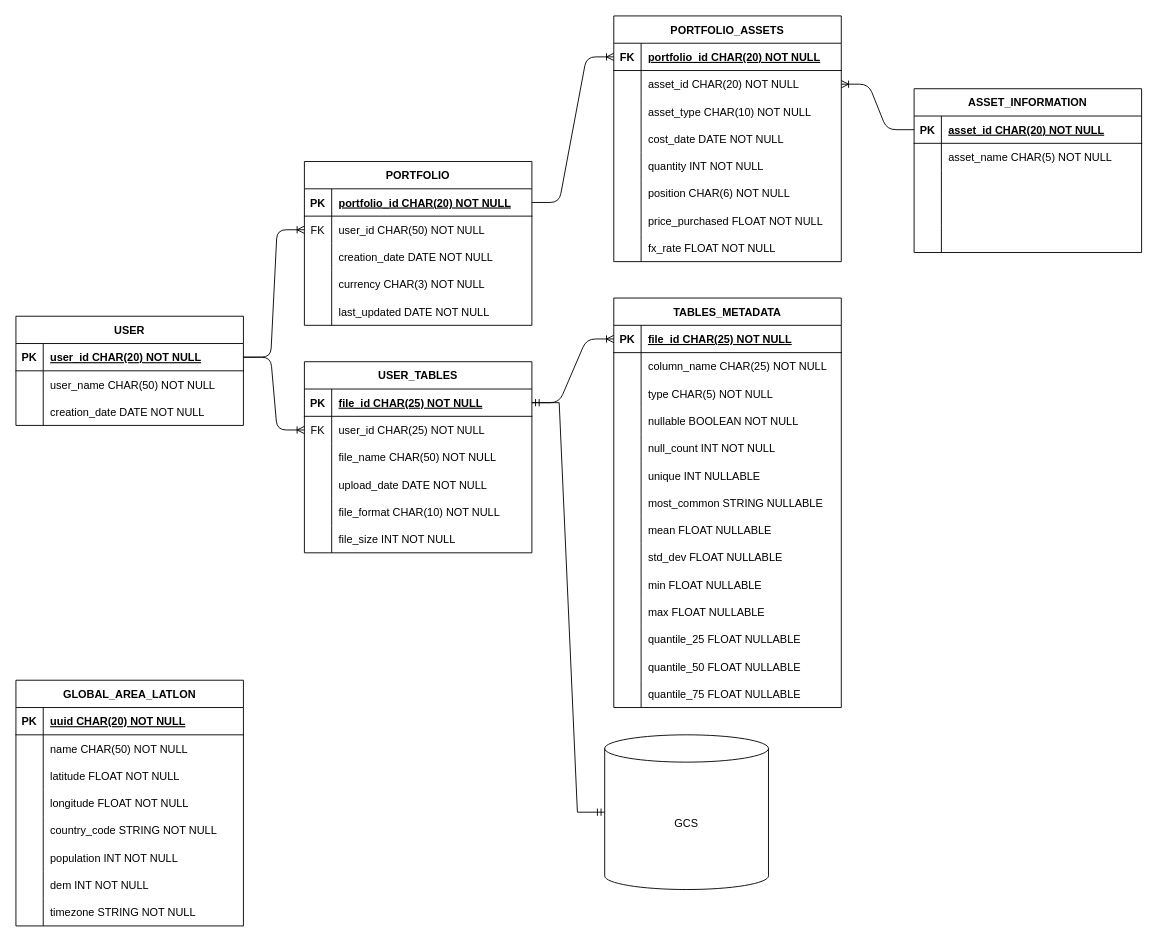
Before: assets/erd.drawio in lvxhnat/ion, a draw.io diagram. Source tidied: cells renumbered, new cells numbered last; positions are measured from the earlier drawing's top-left corner, leaving out a move shared by most shapes. Both pictures are drawn from the tidied source at 91%, with x=0, y=0 at pixel (15, 15).
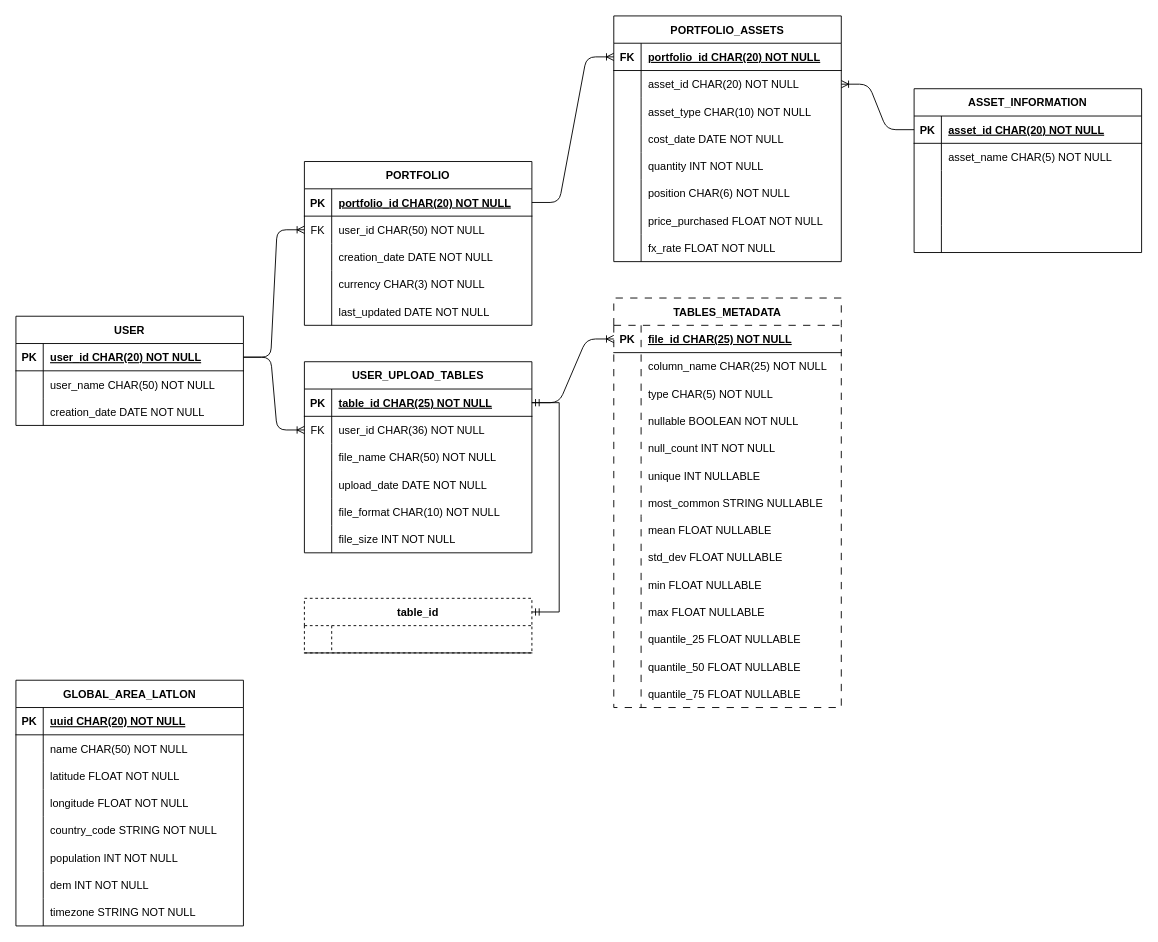
After the change.

Unchanged cells that the change refers to:
```xml
<mxCell id="3" style="shape=partialRectangle;fillColor=none;points=[[0,0.5],[1,0.5]];portConstraint=eastwest;top=0;left=0;right=0;bottom=1;" parent="2" vertex="1">
  <mxGeometry y="30" width="250" height="30" as="geometry" />
</mxCell>
<mxCell id="6" style="shape=partialRectangle;fillColor=none;points=[[0,0.5],[1,0.5]];portConstraint=eastwest;top=0;left=0;right=0;bottom=0;" parent="2" vertex="1">
  <mxGeometry y="60" width="250" height="30" as="geometry" />
</mxCell>
```

The edit, as a diff of the source:
```diff
@@
-    <mxCell id="2" value="USER_TABLES" style="shape=table;startSize=30;childLayout=tableLayout;rowLines=0;fontStyle=1;align=center;" parent="1" vertex="1">
+    <mxCell id="2" value="USER_UPLOAD_TABLES" style="shape=table;startSize=30;childLayout=tableLayout;rowLines=0;fontStyle=1;align=center;" parent="1" vertex="1">
       <mxGeometry x="317" y="380" width="250" height="210" as="geometry" />
     </mxCell>
@@
-    <mxCell id="5" value="file_id CHAR(25) NOT NULL" style="shape=partialRectangle;overflow=hidden;fillColor=none;top=0;left=0;bottom=0;right=0;align=left;spacingLeft=6;fontStyle=5;" parent="3" vertex="1">
+    <mxCell id="5" value="table_id CHAR(25) NOT NULL" style="shape=partialRectangle;overflow=hidden;fillColor=none;top=0;left=0;bottom=0;right=0;align=left;spacingLeft=6;fontStyle=5;" parent="3" vertex="1">
       <mxGeometry x="30" width="220" height="30" as="geometry" />
     </mxCell>
@@
-    <mxCell id="8" value="user_id CHAR(25) NOT NULL" style="shape=partialRectangle;overflow=hidden;fillColor=none;top=0;left=0;bottom=0;right=0;align=left;spacingLeft=6;fontStyle=0;" parent="6" vertex="1">
+    <mxCell id="8" value="user_id CHAR(36) NOT NULL" style="shape=partialRectangle;overflow=hidden;fillColor=none;top=0;left=0;bottom=0;right=0;align=left;spacingLeft=6;fontStyle=0;" parent="6" vertex="1">
       <mxGeometry x="30" width="220" height="30" as="geometry" />
     </mxCell>
@@
-    <mxCell id="117" value="TABLES_METADATA" style="shape=table;startSize=30;childLayout=tableLayout;rowLines=0;fontStyle=1;align=center;" parent="1" vertex="1">
+    <mxCell id="117" value="TABLES_METADATA" style="shape=table;startSize=30;childLayout=tableLayout;rowLines=0;fontStyle=1;align=center;dashed=1;dashPattern=8 8;" parent="1" vertex="1">
       <mxGeometry x="657" y="310" width="250" height="450" as="geometry" />
     </mxCell>
@@
-    <mxCell id="161" value="GCS" style="shape=cylinder3;whiteSpace=wrap;html=1;boundedLbl=1;backgroundOutline=1;size=15;" parent="1" vertex="1">
-      <mxGeometry x="647" y="790" width="180" height="170" as="geometry" />
-    </mxCell>
-    <mxCell id="162" style="edgeStyle=entityRelationEdgeStyle;fontSize=12;html=1;endArrow=ERmandOne;startArrow=ERmandOne;rounded=0;entryX=1;entryY=0.5;entryDx=0;entryDy=0;exitX=0;exitY=0.5;exitDx=0;exitDy=0;exitPerimeter=0;" parent="1" edge="1" source="161" target="3">
-      <mxGeometry relative="1" as="geometry" />
-    </mxCell>
+    <mxCell id="163" value="table_id" style="shape=table;startSize=30;childLayout=tableLayout;rowLines=0;fontStyle=1;align=center;dashed=1;" parent="1" vertex="1">
+      <mxGeometry x="317" y="640" width="250" height="60" as="geometry" />
+    </mxCell>
+    <mxCell id="164" style="shape=partialRectangle;fillColor=none;top=0;left=0;right=0;bottom=1;" parent="163" vertex="1">
+      <mxGeometry y="30" width="250" height="30" as="geometry" />
+    </mxCell>
+    <mxCell id="165" style="shape=partialRectangle;overflow=hidden;fillColor=none;top=0;left=0;bottom=0;right=0;fontStyle=1;" parent="164" vertex="1">
+      <mxGeometry width="30" height="30" as="geometry" />
+    </mxCell>
+    <mxCell id="166" style="shape=partialRectangle;overflow=hidden;fillColor=none;top=0;left=0;bottom=0;right=0;align=left;spacingLeft=6;fontStyle=5;dashed=1;" parent="164" vertex="1">
+      <mxGeometry x="30" width="220" height="30" as="geometry" />
+    </mxCell>
+    <mxCell id="167" style="edgeStyle=entityRelationEdgeStyle;fontSize=12;html=1;endArrow=ERmandOne;startArrow=ERmandOne;rounded=0;exitX=1;exitY=0.25;exitDx=0;exitDy=0;entryX=1;entryY=0.5;entryDx=0;entryDy=0;" parent="1" edge="1" source="163" target="3">
+      <mxGeometry relative="1" as="geometry" />
+    </mxCell>
```
